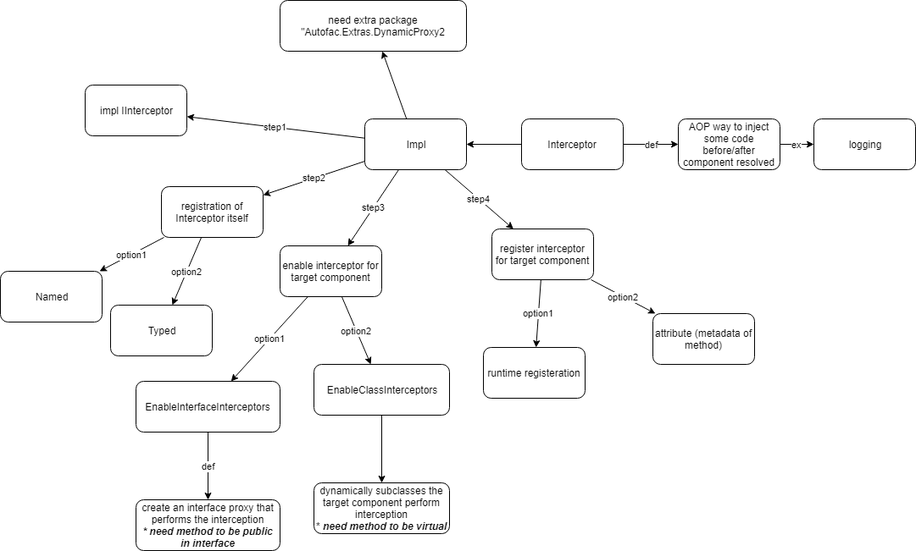
The draw.io diagram Autofac_Interceptor_Overview.PNG in stsiwo/cSharp_concept, before a commit. Source tidied: cells renumbered, new cells last; positions are measured from the earlier drawing's top-left corner, leaving out a move shared by most shapes.
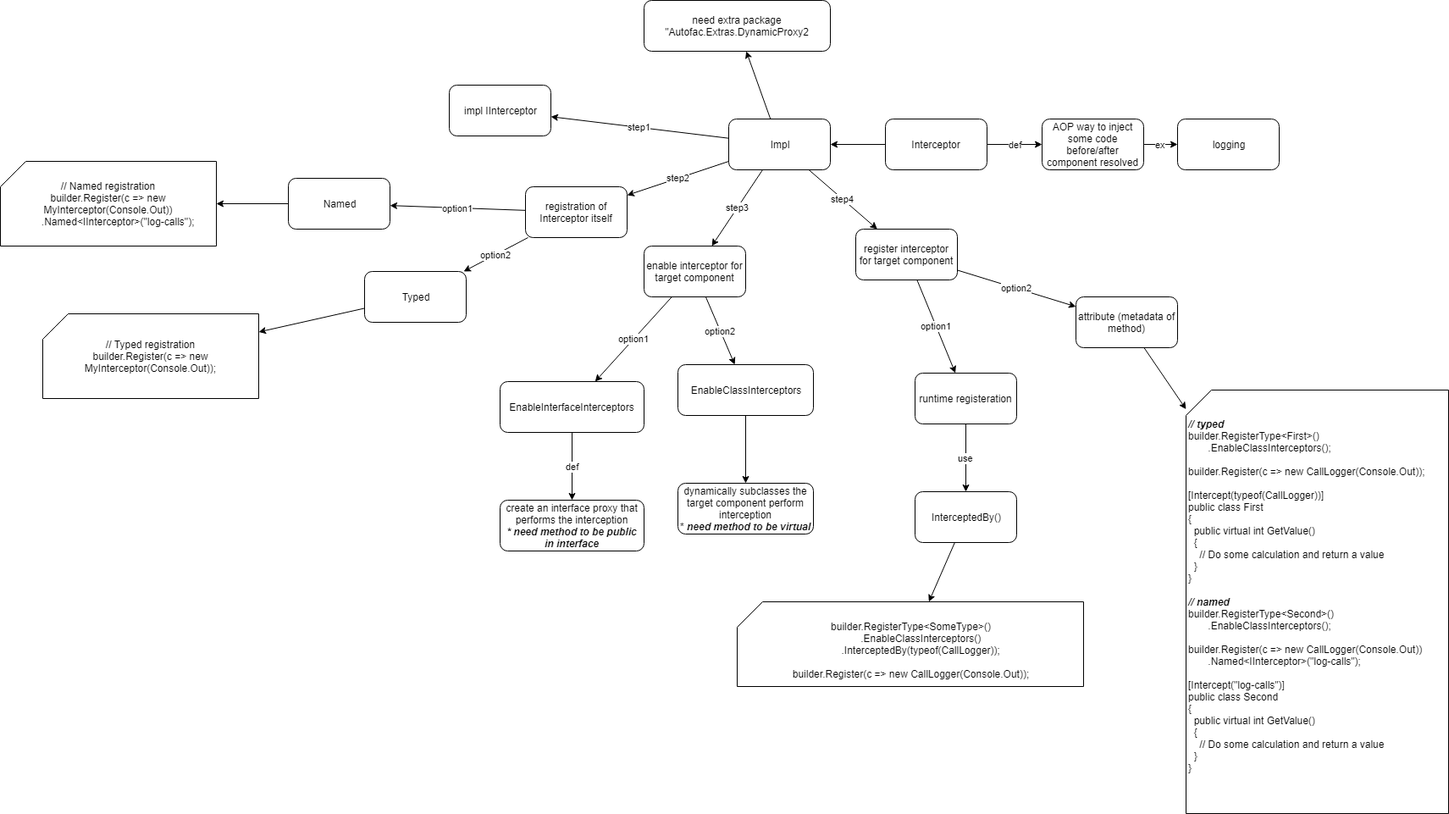
After the change.

Diff of the diagram source:
```diff
@@ -38,12 +38,24 @@
     <mxCell id="13" value="register interceptor for target component" style="rounded=1;whiteSpace=wrap;html=1;" parent="1" vertex="1">
       <mxGeometry x="580" y="270" width="120" height="60" as="geometry" />
     </mxCell>
+    <mxCell id="35" style="edgeStyle=none;rounded=0;jettySize=auto;html=1;" parent="1" edge="1" source="14" target="44">
+      <mxGeometry relative="1" as="geometry" />
+    </mxCell>
     <mxCell id="14" value="attribute (metadata of method)" style="rounded=1;whiteSpace=wrap;html=1;" parent="1" vertex="1">
-      <mxGeometry x="770" y="370" width="120" height="60" as="geometry" />
+      <mxGeometry x="840" y="350" width="120" height="60" as="geometry" />
     </mxCell>
+    <mxCell id="36" value="use" style="edgeStyle=none;rounded=0;jettySize=auto;html=1;" parent="1" edge="1" source="15" target="38">
+      <mxGeometry relative="1" as="geometry" />
+    </mxCell>
     <mxCell id="15" value="runtime registeration" style="rounded=1;whiteSpace=wrap;html=1;" parent="1" vertex="1">
-      <mxGeometry x="570" y="410" width="120" height="60" as="geometry" />
+      <mxGeometry x="650" y="440" width="120" height="60" as="geometry" />
     </mxCell>
+    <mxCell id="37" style="edgeStyle=none;rounded=0;jettySize=auto;html=1;" parent="1" edge="1" source="38" target="43">
+      <mxGeometry relative="1" as="geometry" />
+    </mxCell>
+    <mxCell id="38" value="InterceptedBy()" style="rounded=1;whiteSpace=wrap;html=1;" parent="1" vertex="1">
+      <mxGeometry x="650" y="580" width="120" height="60" as="geometry" />
+    </mxCell>
     <mxCell id="16" value="option1" style="edgeStyle=none;rounded=0;jettySize=auto;html=1;" parent="1" edge="1" source="18" target="23">
       <mxGeometry relative="1" as="geometry" />
     </mxCell>
@@ -86,11 +98,17 @@
     <mxCell id="29" value="registration of Interceptor itself" style="rounded=1;whiteSpace=wrap;html=1;" parent="1" vertex="1">
       <mxGeometry x="190" y="220" width="120" height="60" as="geometry" />
     </mxCell>
+    <mxCell id="39" style="edgeStyle=none;rounded=0;jettySize=auto;html=1;" parent="1" edge="1" source="30" target="42">
+      <mxGeometry relative="1" as="geometry" />
+    </mxCell>
     <mxCell id="30" value="Typed" style="rounded=1;whiteSpace=wrap;html=1;" parent="1" vertex="1">
-      <mxGeometry x="130" y="360" width="120" height="60" as="geometry" />
+      <mxGeometry y="320" width="120" height="60" as="geometry" />
     </mxCell>
+    <mxCell id="40" style="edgeStyle=none;rounded=0;jettySize=auto;html=1;entryX=1;entryY=0.5;entryDx=0;entryDy=0;entryPerimeter=0;" parent="1" edge="1" source="31" target="41">
+      <mxGeometry relative="1" as="geometry" />
+    </mxCell>
     <mxCell id="31" value="Named" style="rounded=1;whiteSpace=wrap;html=1;" parent="1" vertex="1">
-      <mxGeometry y="320" width="120" height="60" as="geometry" />
+      <mxGeometry x="-90" y="210" width="120" height="60" as="geometry" />
     </mxCell>
     <mxCell id="32" value="ex" style="rounded=0;jettySize=auto;html=1;" parent="1" edge="1" source="33" target="34">
       <mxGeometry relative="1" as="geometry" />
@@ -101,5 +119,17 @@
     <mxCell id="34" value="logging" style="rounded=1;whiteSpace=wrap;html=1;" parent="1" vertex="1">
       <mxGeometry x="960" y="140" width="120" height="60" as="geometry" />
     </mxCell>
+    <mxCell id="41" value="&lt;div&gt;// Named registration&lt;/div&gt;&lt;div&gt;builder.Register(c =&amp;gt; new MyInterceptor(Console.Out))&lt;/div&gt;&lt;div&gt;&amp;nbsp; &amp;nbsp; &amp;nbsp; &amp;nbsp;.Named&amp;lt;IInterceptor&amp;gt;(&quot;log-calls&quot;);&lt;/div&gt;" style="shape=card;whiteSpace=wrap;html=1;" parent="1" vertex="1">
+      <mxGeometry x="-430" y="190" width="255" height="100" as="geometry" />
+    </mxCell>
+    <mxCell id="42" value="&lt;div&gt;// Typed registration&lt;/div&gt;&lt;div&gt;builder.Register(c =&amp;gt; new MyInterceptor(Console.Out));&lt;/div&gt;" style="shape=card;whiteSpace=wrap;html=1;" parent="1" vertex="1">
+      <mxGeometry x="-380" y="370" width="255" height="100" as="geometry" />
+    </mxCell>
+    <mxCell id="43" value="&lt;div&gt;&lt;br&gt;&lt;/div&gt;&lt;div&gt;builder.RegisterType&amp;lt;SomeType&amp;gt;()&lt;/div&gt;&lt;div&gt;&amp;nbsp; &amp;nbsp; &amp;nbsp; &amp;nbsp;.EnableClassInterceptors()&lt;/div&gt;&lt;div&gt;&amp;nbsp; &amp;nbsp; &amp;nbsp; &amp;nbsp;.InterceptedBy(typeof(CallLogger));&lt;/div&gt;&lt;div&gt;&lt;br&gt;&lt;/div&gt;&lt;div&gt;builder.Register(c =&amp;gt; new CallLogger(Console.Out));&lt;/div&gt;" style="shape=card;whiteSpace=wrap;html=1;" parent="1" vertex="1">
+      <mxGeometry x="440" y="710" width="409" height="100" as="geometry" />
+    </mxCell>
+    <mxCell id="44" value="&lt;div&gt;&lt;b&gt;&lt;i&gt;// typed&lt;/i&gt;&lt;/b&gt;&lt;/div&gt;&lt;div&gt;builder.RegisterType&amp;lt;First&amp;gt;()&lt;/div&gt;&lt;div&gt;&amp;nbsp; &amp;nbsp; &amp;nbsp; &amp;nbsp;.EnableClassInterceptors();&lt;/div&gt;&lt;div&gt;&lt;br&gt;&lt;/div&gt;&lt;div&gt;builder.Register(c =&amp;gt; new CallLogger(Console.Out));&lt;/div&gt;&lt;div&gt;&lt;br&gt;&lt;/div&gt;&lt;div&gt;&lt;div&gt;[Intercept(typeof(CallLogger))]&lt;/div&gt;&lt;div&gt;public class First&lt;/div&gt;&lt;div&gt;{&lt;/div&gt;&lt;div&gt;&amp;nbsp; public virtual int GetValue()&lt;/div&gt;&lt;div&gt;&amp;nbsp; {&lt;/div&gt;&lt;div&gt;&amp;nbsp; &amp;nbsp; // Do some calculation and return a value&lt;/div&gt;&lt;div&gt;&amp;nbsp; }&lt;/div&gt;&lt;div&gt;}&lt;/div&gt;&lt;/div&gt;&lt;div&gt;&lt;br&gt;&lt;/div&gt;&lt;div&gt;&lt;b&gt;&lt;i&gt;// named&lt;/i&gt;&lt;/b&gt;&lt;/div&gt;&lt;div&gt;&lt;div&gt;builder.RegisterType&amp;lt;Second&amp;gt;()&lt;/div&gt;&lt;div&gt;&amp;nbsp; &amp;nbsp; &amp;nbsp; &amp;nbsp;.EnableClassInterceptors();&lt;/div&gt;&lt;div&gt;&lt;br&gt;&lt;/div&gt;&lt;div&gt;builder.Register(c =&amp;gt; new CallLogger(Console.Out))&lt;/div&gt;&lt;div&gt;&amp;nbsp; &amp;nbsp; &amp;nbsp; &amp;nbsp;.Named&amp;lt;IInterceptor&amp;gt;(&quot;log-calls&quot;);&lt;/div&gt;&lt;/div&gt;&lt;div&gt;&lt;br&gt;&lt;/div&gt;&lt;div&gt;&lt;div&gt;[Intercept(&quot;log-calls&quot;)]&lt;/div&gt;&lt;div&gt;public class Second&lt;/div&gt;&lt;div&gt;{&lt;/div&gt;&lt;div&gt;&amp;nbsp; public virtual int GetValue()&lt;/div&gt;&lt;div&gt;&amp;nbsp; {&lt;/div&gt;&lt;div&gt;&amp;nbsp; &amp;nbsp; // Do some calculation and return a value&lt;/div&gt;&lt;div&gt;&amp;nbsp; }&lt;/div&gt;&lt;div&gt;}&lt;/div&gt;&lt;/div&gt;&lt;div&gt;&lt;br&gt;&lt;/div&gt;" style="shape=card;whiteSpace=wrap;html=1;align=left;" parent="1" vertex="1">
+      <mxGeometry x="970" y="460" width="310" height="500" as="geometry" />
+    </mxCell>
   </root>
 </mxGraphModel>
```
